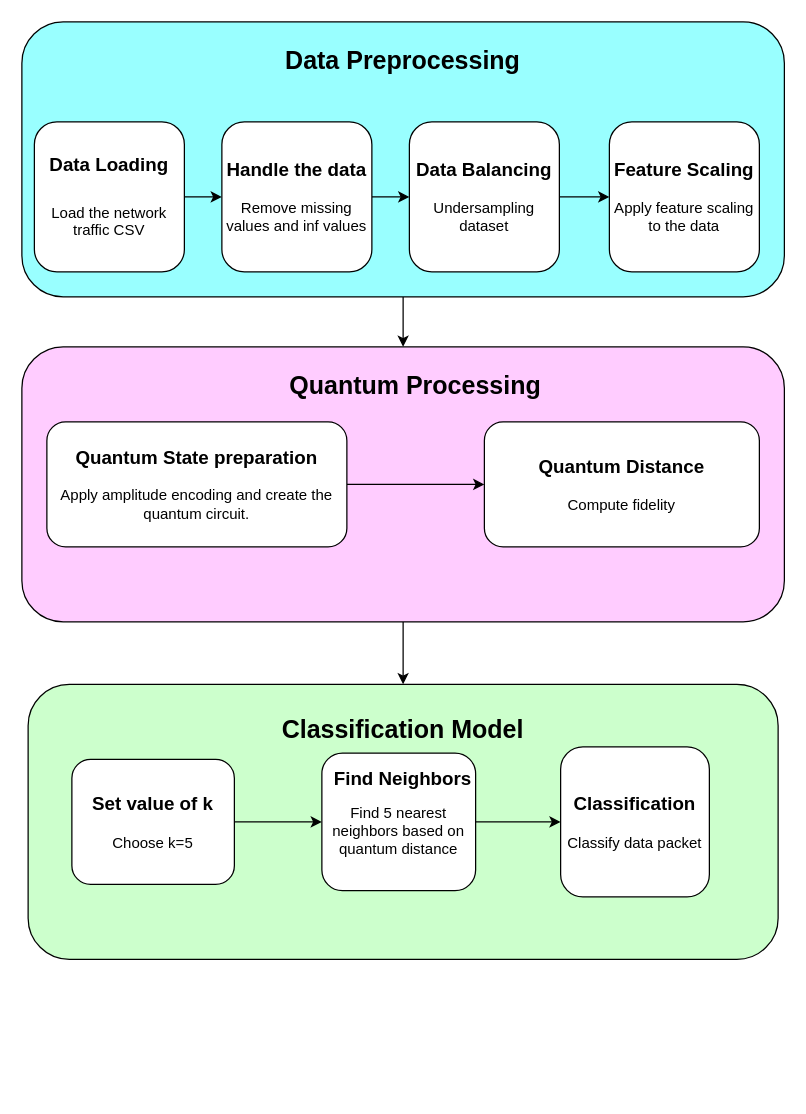
Before: Untitled Diagram.drawio in AkshayMMurthy/abc, a draw.io diagram. Source tidied: cells renumbered, new cells numbered last; positions are measured from the earlier drawing's top-left corner, leaving out a move shared by most shapes. Both pictures are drawn from the tidied source at 125%, with x=0, y=0 at pixel (21, 21).
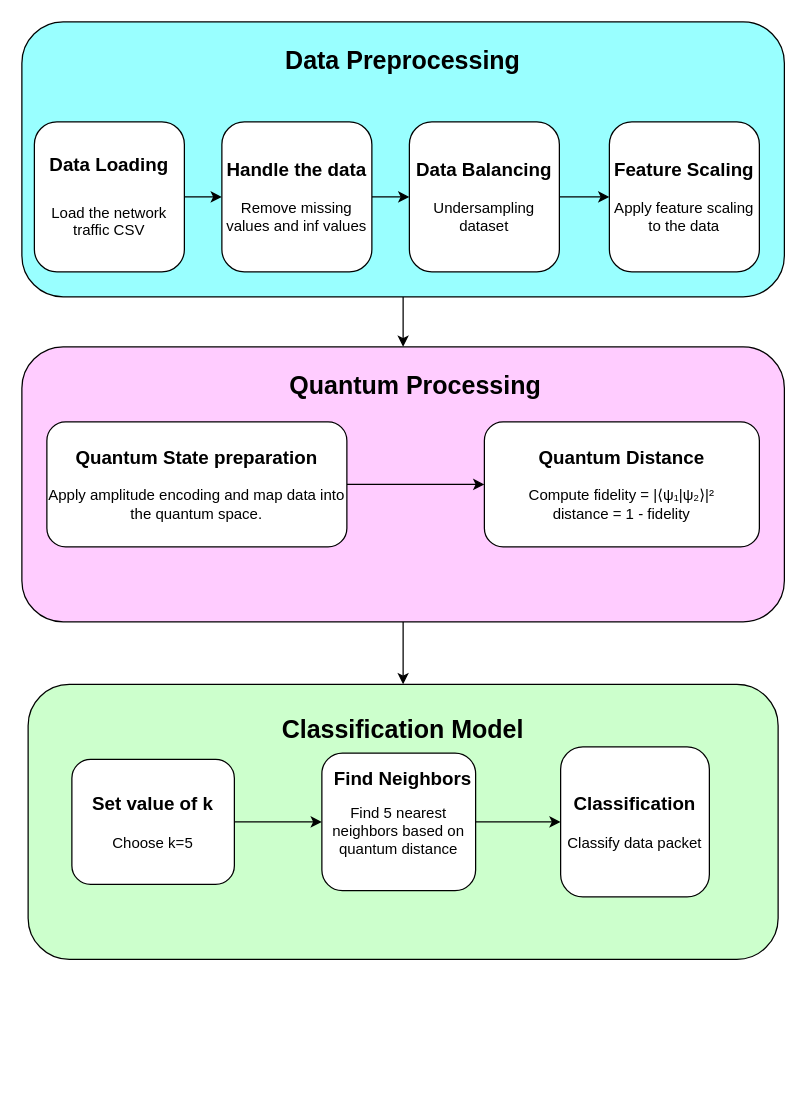
After the change.

What changed in the source:
```diff
@@
-    <mxCell id="17" value="&lt;div&gt;&lt;font style=&quot;font-size: 15px;&quot;&gt;&lt;b style=&quot;&quot;&gt;Quantum State preparation&lt;/b&gt;&lt;/font&gt;&lt;/div&gt;&lt;div&gt;&lt;br&gt;&lt;/div&gt;Apply amplitude encoding and create the quantum circuit." style="rounded=1;whiteSpace=wrap;html=1;" parent="1" vertex="1">
+    <mxCell id="17" value="&lt;div&gt;&lt;font style=&quot;font-size: 15px;&quot;&gt;&lt;b style=&quot;&quot;&gt;Quantum State preparation&lt;/b&gt;&lt;/font&gt;&lt;/div&gt;&lt;div&gt;&lt;br&gt;&lt;/div&gt;Apply amplitude encoding and map data into&lt;div&gt;the quantum space.&lt;/div&gt;" style="rounded=1;whiteSpace=wrap;html=1;" parent="1" vertex="1">
       <mxGeometry x="20" y="320" width="240" height="100" as="geometry" />
     </mxCell>
-    <mxCell id="18" value="&lt;font style=&quot;font-size: 15px;&quot;&gt;&lt;b&gt;Quantum Distance&lt;/b&gt;&lt;/font&gt;&lt;div&gt;&lt;br&gt;&lt;/div&gt;&lt;div&gt;Compute fidelity&lt;/div&gt;" style="rounded=1;whiteSpace=wrap;html=1;" parent="1" vertex="1">
+    <mxCell id="18" value="&lt;font style=&quot;font-size: 15px;&quot;&gt;&lt;b&gt;Quantum Distance&lt;/b&gt;&lt;/font&gt;&lt;div&gt;&lt;br&gt;&lt;/div&gt;&lt;div&gt;Compute fidelity&amp;nbsp;&lt;span style=&quot;background-color: transparent; color: light-dark(rgb(0, 0, 0), rgb(255, 255, 255));&quot;&gt;= |⟨ψ₁|ψ₂⟩|²&lt;/span&gt;&lt;/div&gt;&lt;div&gt;distance = 1 - fidelity&lt;span style=&quot;background-color: transparent; color: light-dark(rgb(0, 0, 0), rgb(255, 255, 255));&quot;&gt;&lt;/span&gt;&lt;/div&gt;" style="rounded=1;whiteSpace=wrap;html=1;" parent="1" vertex="1">
       <mxGeometry x="370" y="320" width="220" height="100" as="geometry" />
     </mxCell>
```
